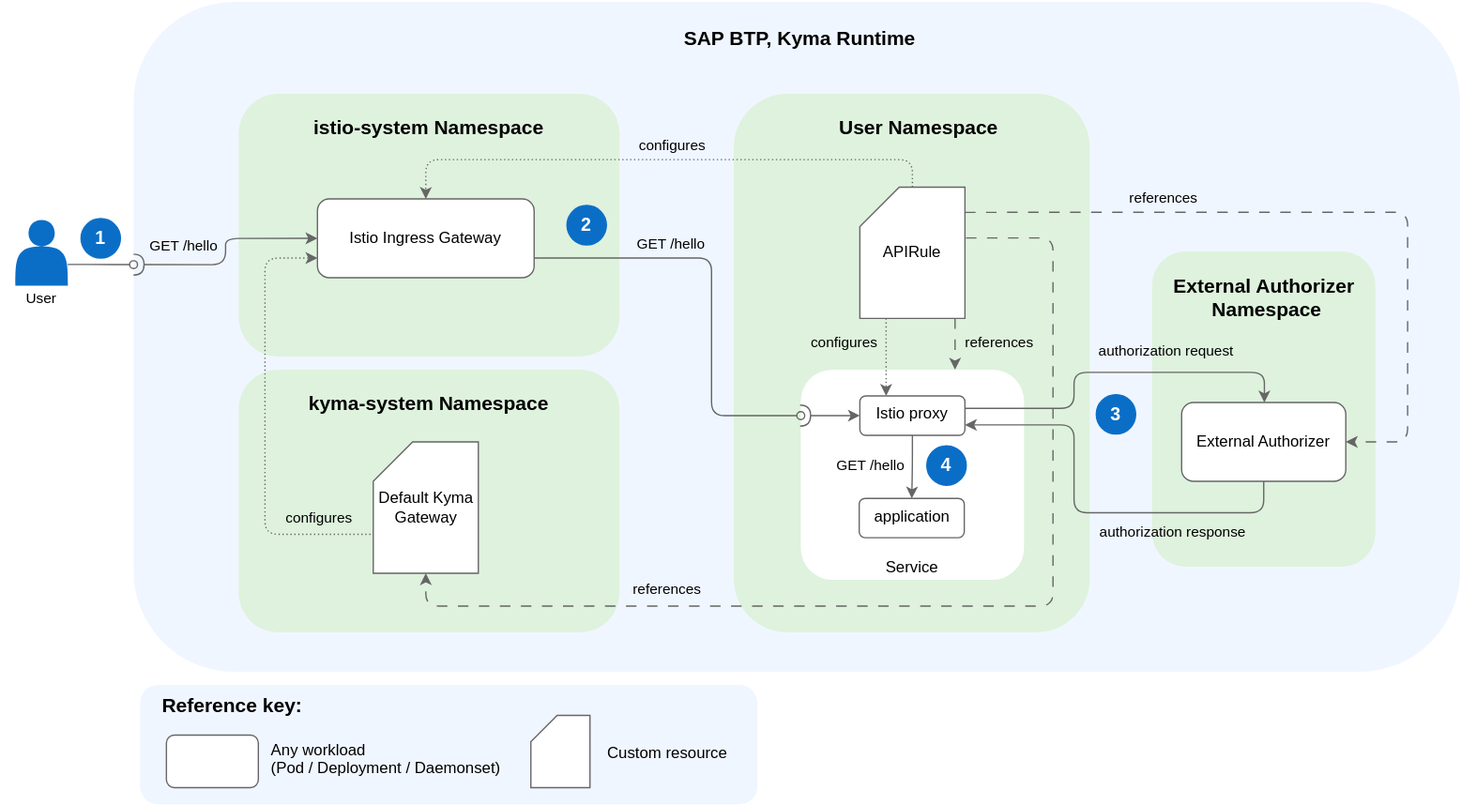
Earlier version of the draw.io export docs/assets/APIRules-extauth.drawio.svg (kyma-project/api-gateway). Source tidied: cells renumbered, new cells last; positions are measured from the earlier drawing's top-left corner, leaving out a move shared by most shapes.
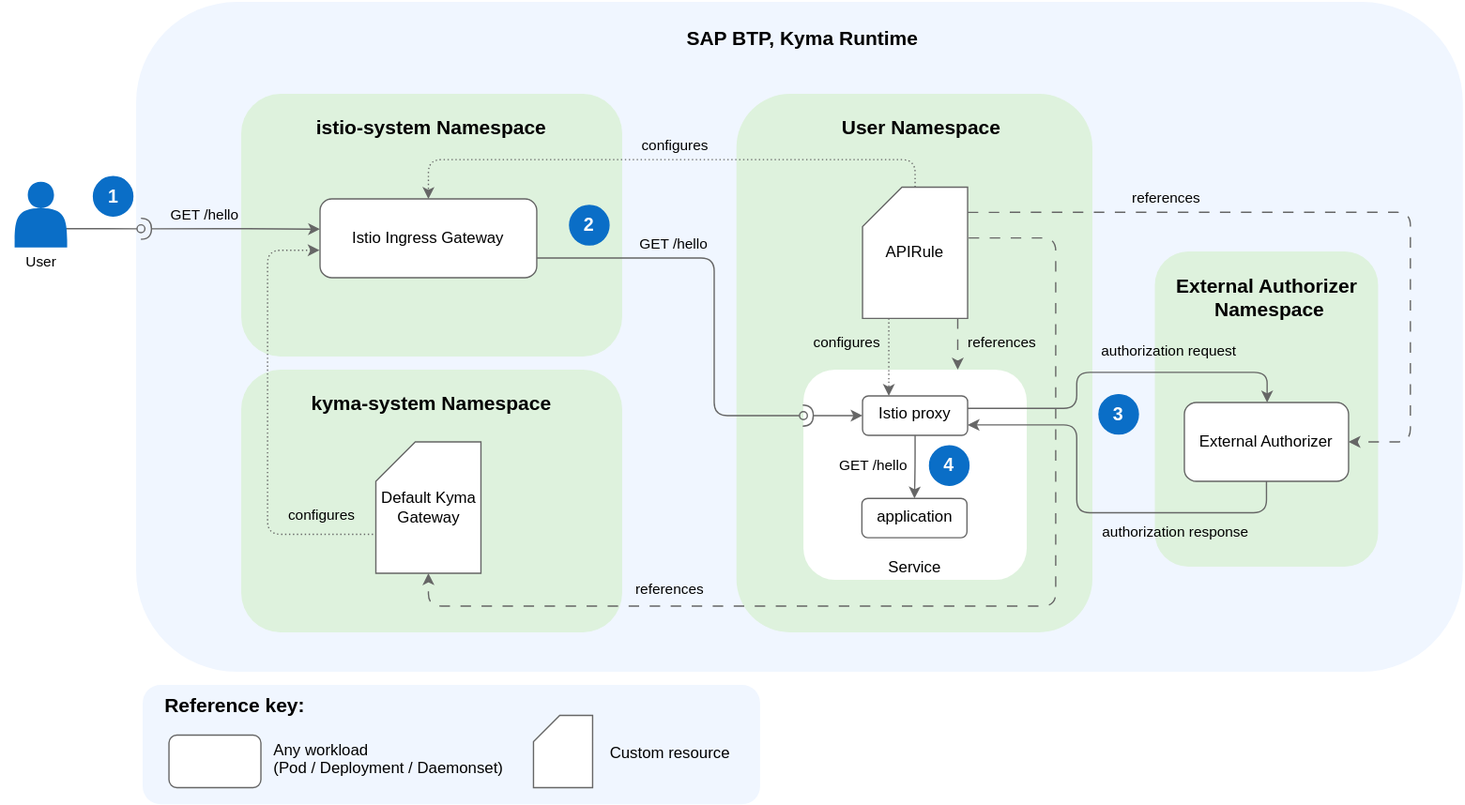
The same file after the commit.

The edit, as a diff of the source:
```diff
@@ -8,31 +8,6 @@
     <mxCell id="3" style="rounded=1;whiteSpace=wrap;html=1;fillColor=#DEF2DD;strokeColor=none;fontSize=15;fontStyle=1;verticalAlign=bottom;" parent="1" vertex="1">
       <mxGeometry x="180" y="70" width="290" height="200" as="geometry" />
     </mxCell>
-    <mxCell id="4" style="edgeStyle=orthogonalEdgeStyle;rounded=1;jettySize=auto;html=1;curved=0;strokeColor=#666666;startArrow=halfCircle;startFill=0;entryX=0;entryY=0.5;entryDx=0;entryDy=0;" parent="1" edge="1" target="9">
-      <mxGeometry relative="1" as="geometry">
-        <mxPoint x="100" y="200" as="sourcePoint" />
-        <Array as="points">
-          <mxPoint x="170" y="200" />
-          <mxPoint x="170" y="180" />
-        </Array>
-      </mxGeometry>
-    </mxCell>
-    <mxCell id="5" style="edgeStyle=orthogonalEdgeStyle;rounded=1;jettySize=auto;html=1;endArrow=oval;endFill=0;strokeColor=#666666;align=center;verticalAlign=middle;fontFamily=Helvetica;fontSize=11;fontColor=default;labelBackgroundColor=default;curved=0;exitX=0.996;exitY=0.678;exitDx=0;exitDy=0;exitPerimeter=0;" parent="1" edge="1" source="7">
-      <mxGeometry relative="1" as="geometry">
-        <mxPoint x="100" y="200" as="targetPoint" />
-      </mxGeometry>
-    </mxCell>
-    <mxCell id="6" value="GET /hello" style="edgeLabel;html=1;align=center;verticalAlign=middle;fontFamily=Helvetica;fontSize=11;fontColor=default;labelBackgroundColor=none;" parent="5" vertex="1">
-      <mxGeometry x="-0.29" y="2" relative="1" as="geometry">
-        <mxPoint x="70" y="-13" as="offset" />
-      </mxGeometry>
-    </mxCell>
-    <mxCell id="7" style="shape=actor;whiteSpace=wrap;html=1;fillColor=#0A6EC7;verticalAlign=bottom;fontSize=13;strokeColor=none;" parent="1" vertex="1">
-      <mxGeometry x="10" y="166" width="40" height="50" as="geometry" />
-    </mxCell>
-    <mxCell id="8" value="&lt;font&gt;User&lt;/font&gt;" style="text;html=1;whiteSpace=wrap;strokeColor=none;fillColor=none;align=center;verticalAlign=middle;rounded=0;fontSize=11;" parent="1" vertex="1">
-      <mxGeometry y="211" width="60" height="30" as="geometry" />
-    </mxCell>
     <mxCell id="9" value="Istio Ingress Gateway" style="rounded=1;whiteSpace=wrap;html=1;strokeColor=#666666;" parent="1" vertex="1">
       <mxGeometry x="240" y="150" width="165" height="60" as="geometry" />
     </mxCell>
@@ -76,11 +51,11 @@
     <mxCell id="17" style="rounded=1;whiteSpace=wrap;html=1;fillColor=#DEF2DD;strokeColor=none;fontSize=15;fontStyle=1;verticalAlign=bottom;" parent="1" vertex="1">
       <mxGeometry x="180" y="280" width="290" height="200" as="geometry" />
     </mxCell>
-    <mxCell id="18" style="edgeStyle=orthogonalEdgeStyle;rounded=1;jettySize=auto;html=1;strokeColor=#666666;align=center;verticalAlign=middle;fontFamily=Helvetica;fontSize=11;fontColor=default;labelBackgroundColor=default;startArrow=none;startFill=0;endArrow=classic;curved=0;dashed=1;dashPattern=1 2;entryX=0;entryY=0.75;entryDx=0;entryDy=0;exitX=0.011;exitY=0.704;exitDx=0;exitDy=0;exitPerimeter=0;" parent="1" edge="1" source="20" target="9">
+    <mxCell id="18" style="edgeStyle=orthogonalEdgeStyle;rounded=1;jettySize=auto;html=1;strokeColor=#666666;align=center;verticalAlign=middle;fontFamily=Helvetica;fontSize=11;fontColor=default;labelBackgroundColor=default;startArrow=none;startFill=0;endArrow=classic;curved=0;dashed=1;dashPattern=1 2;entryX=-0.002;entryY=0.651;entryDx=0;entryDy=0;exitX=0.011;exitY=0.704;exitDx=0;exitDy=0;exitPerimeter=0;entryPerimeter=0;" parent="1" edge="1" source="20" target="9">
       <mxGeometry relative="1" as="geometry">
         <Array as="points">
           <mxPoint x="200" y="405" />
-          <mxPoint x="200" y="195" />
+          <mxPoint x="200" y="189" />
         </Array>
       </mxGeometry>
     </mxCell>
@@ -121,9 +96,6 @@
         <mxPoint x="25" y="-14" as="offset" />
       </mxGeometry>
     </mxCell>
-    <mxCell id="25" value="&lt;font color=&quot;#ffffff&quot; size=&quot;1&quot;&gt;&lt;b style=&quot;font-size: 14px;&quot;&gt;1&lt;/b&gt;&lt;/font&gt;" style="ellipse;whiteSpace=wrap;html=1;fontSize=12;fillColor=#0a6ec7;strokeColor=#0a6ec7;" parent="1" vertex="1">
-      <mxGeometry x="60" y="165" width="30" height="30" as="geometry" />
-    </mxCell>
     <mxCell id="26" value="&lt;font color=&quot;#ffffff&quot; size=&quot;1&quot;&gt;&lt;b style=&quot;font-size: 14px;&quot;&gt;2&lt;/b&gt;&lt;/font&gt;" style="ellipse;whiteSpace=wrap;html=1;fontSize=12;fillColor=#0a6ec7;strokeColor=#0a6ec7;" parent="1" vertex="1">
       <mxGeometry x="430" y="155" width="30" height="30" as="geometry" />
     </mxCell>
@@ -242,5 +214,34 @@
     <mxCell id="54" value="authorization response" style="edgeLabel;html=1;align=center;verticalAlign=middle;fontFamily=Helvetica;fontSize=11;fontColor=default;labelBackgroundColor=none;fillColor=none;gradientColor=none;" parent="1" vertex="1">
       <mxGeometry x="890" y="403" as="geometry" />
     </mxCell>
+    <mxCell id="55" style="edgeStyle=orthogonalEdgeStyle;rounded=1;orthogonalLoop=1;jettySize=auto;html=1;curved=0;strokeColor=#666666;startArrow=halfCircle;startFill=0;entryX=0;entryY=0.5;entryDx=0;entryDy=0;" parent="1" edge="1">
+      <mxGeometry relative="1" as="geometry">
+        <mxPoint x="103.7" y="172.7" as="sourcePoint" />
+        <mxPoint x="240" y="173" as="targetPoint" />
+        <Array as="points">
+          <mxPoint x="175" y="173" />
+        </Array>
+      </mxGeometry>
+    </mxCell>
+    <mxCell id="56" style="edgeStyle=orthogonalEdgeStyle;rounded=1;orthogonalLoop=1;jettySize=auto;html=1;endArrow=oval;endFill=0;strokeColor=#666666;align=center;verticalAlign=middle;fontFamily=Helvetica;fontSize=11;fontColor=default;labelBackgroundColor=default;curved=0;exitX=0.996;exitY=0.678;exitDx=0;exitDy=0;exitPerimeter=0;" parent="1" edge="1">
+      <mxGeometry relative="1" as="geometry">
+        <mxPoint x="28.5" y="172.6" as="sourcePoint" />
+        <mxPoint x="103.7" y="172.7" as="targetPoint" />
+      </mxGeometry>
+    </mxCell>
+    <mxCell id="6" value="GET /hello" style="edgeLabel;html=1;align=center;verticalAlign=middle;fontFamily=Helvetica;fontSize=11;fontColor=default;labelBackgroundColor=none;" parent="56" vertex="1">
+      <mxGeometry x="-0.29" y="2" relative="1" as="geometry">
+        <mxPoint x="96" y="-9" as="offset" />
+      </mxGeometry>
+    </mxCell>
+    <mxCell id="57" style="shape=actor;whiteSpace=wrap;html=1;fillColor=#0A6EC7;verticalAlign=bottom;fontSize=13;strokeColor=none;" parent="1" vertex="1">
+      <mxGeometry x="7.5" y="137" width="40" height="50" as="geometry" />
+    </mxCell>
+    <mxCell id="8" value="&lt;font&gt;User&lt;/font&gt;" style="text;html=1;whiteSpace=wrap;strokeColor=none;fillColor=none;align=center;verticalAlign=middle;rounded=0;fontSize=11;" parent="1" vertex="1">
+      <mxGeometry x="-2.5" y="183" width="60" height="30" as="geometry" />
+    </mxCell>
+    <mxCell id="25" value="&lt;font color=&quot;#ffffff&quot; size=&quot;1&quot;&gt;&lt;b style=&quot;font-size: 14px;&quot;&gt;1&lt;/b&gt;&lt;/font&gt;" style="ellipse;whiteSpace=wrap;html=1;fontSize=12;fillColor=#0a6ec7;strokeColor=#0a6ec7;" parent="1" vertex="1">
+      <mxGeometry x="67.5" y="133" width="30" height="30" as="geometry" />
+    </mxCell>
   </root>
 </mxGraphModel>
```
